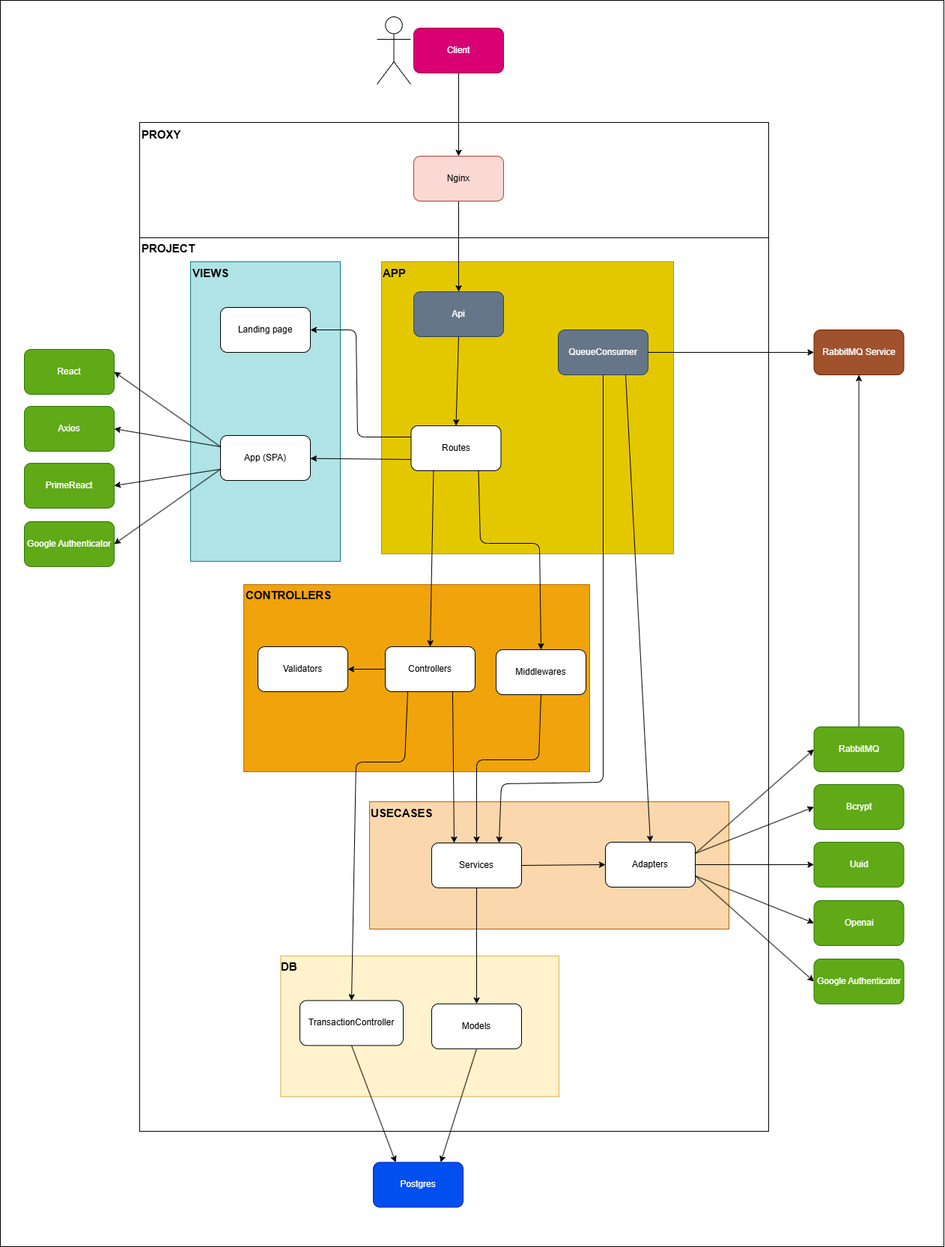
This is docs/architecture.png from DouglasVolcato/tcc-educaia, a draw.io export, as it was before one commit. Source tidied: cells renumbered, new cells last; positions are measured from the earlier drawing's top-left corner, leaving out a move shared by most shapes.
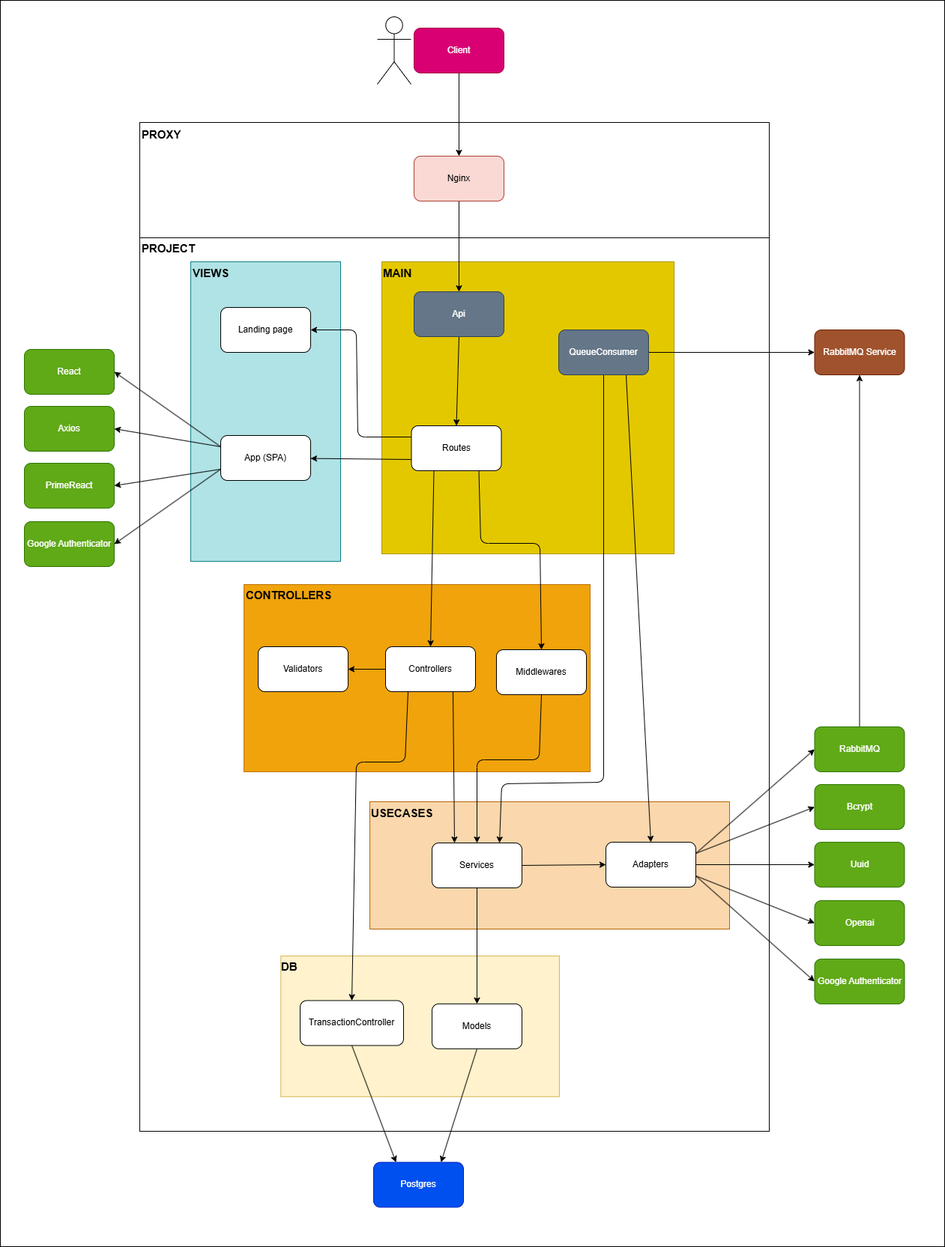
After the change.

Commit message:
docs: implement architecture

Diff of the diagram source:
```diff
@@ -154,7 +154,7 @@
     <mxCell id="45" value="App (SPA)" style="rounded=1;whiteSpace=wrap;html=1;" parent="1" vertex="1">
       <mxGeometry x="294" y="760" width="120" height="60" as="geometry" />
     </mxCell>
-    <mxCell id="46" value="&lt;b&gt;&lt;font style=&quot;font-size: 15px;&quot;&gt;APP&lt;/font&gt;&lt;/b&gt;" style="text;html=1;align=left;verticalAlign=middle;whiteSpace=wrap;rounded=0;" parent="1" vertex="1">
+    <mxCell id="46" value="&lt;b&gt;&lt;font style=&quot;font-size: 15px;&quot;&gt;MAIN&lt;/font&gt;&lt;/b&gt;" style="text;html=1;align=left;verticalAlign=middle;whiteSpace=wrap;rounded=0;" parent="1" vertex="1">
       <mxGeometry x="509" y="528" width="60" height="30" as="geometry" />
     </mxCell>
     <mxCell id="47" value="&lt;b&gt;&lt;font style=&quot;font-size: 15px;&quot;&gt;VIEWS&lt;/font&gt;&lt;/b&gt;" style="text;html=1;align=left;verticalAlign=middle;whiteSpace=wrap;rounded=0;" parent="1" vertex="1">
```
